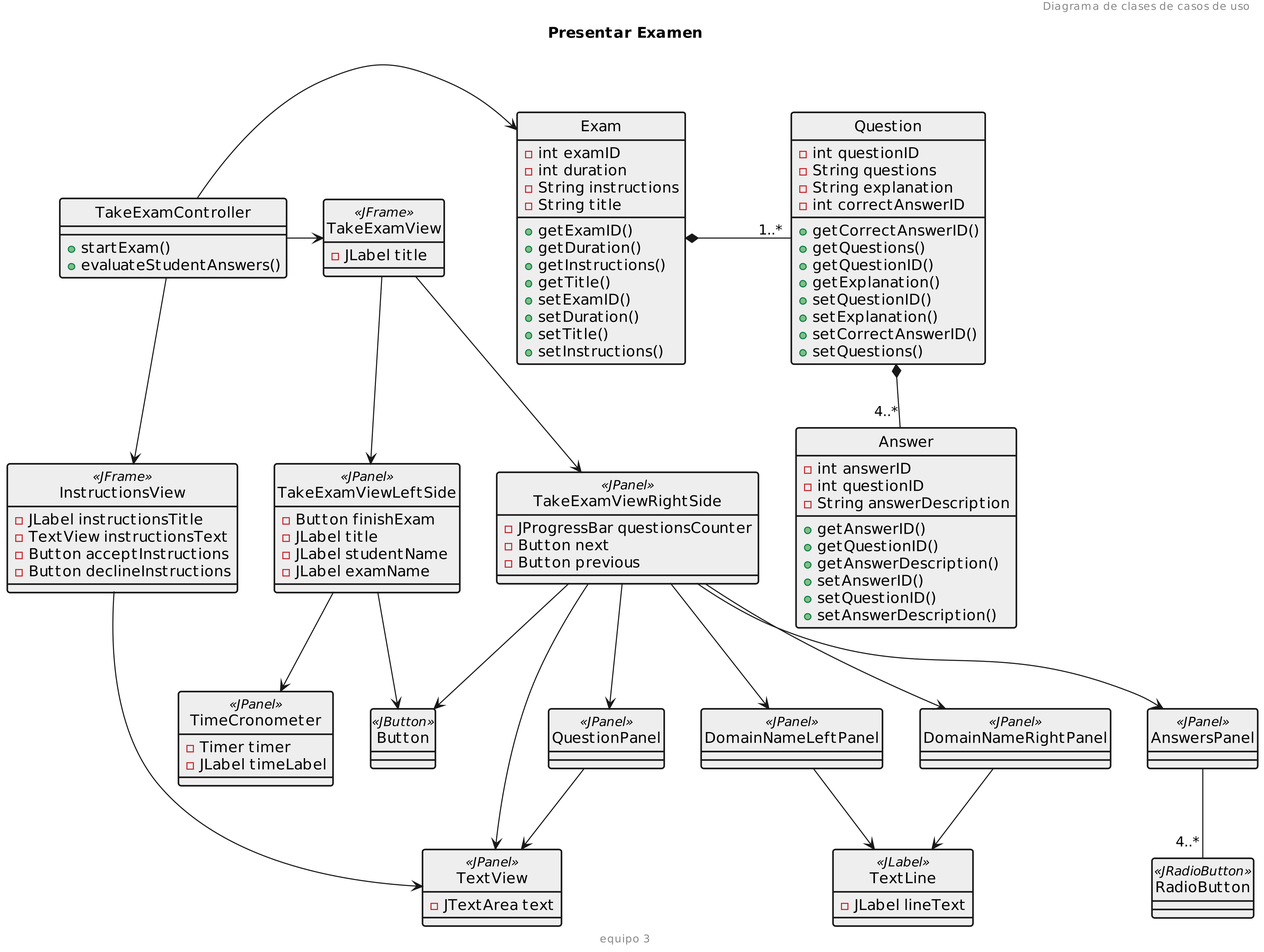
Above: diagramaClasesDeDiseño/Diagrama de clases.png in febres35/EdTech_IS (PlantUML), before the change.
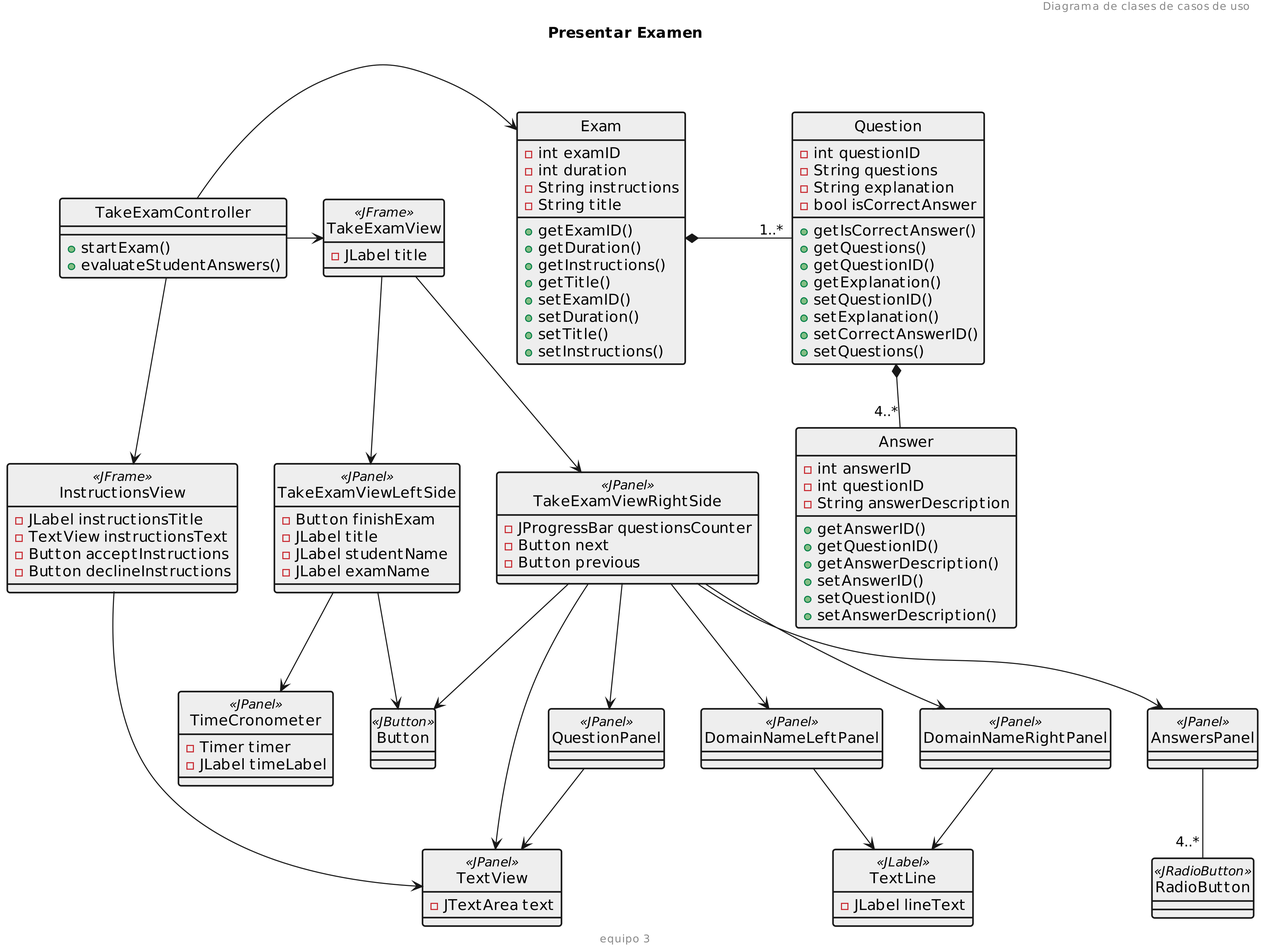
The same diagram one commit later.

Commit message:
Agregados metodos a vistas y al controlador

The edit, as a diff of the source:
```diff
@@ -6,7 +6,7 @@
 skinparam style strictuml
 skinparam ClassBackGroundColor EEEEEE
 skinparam ClassBorderThickness 1.5
-skinparam Dpi 300
+skinparam dpi 300
 
 class InstructionsView <<JFrame>>{
     -JLabel instructionsTitle
@@ -90,8 +90,8 @@
     -int questionID
     -String questions
     -String explanation
-    -int correctAnswerID
-    +getCorrectAnswerID()
+    -bool isCorrectAnswer
+    +getIsCorrectAnswer()
     +getQuestions()
     +getQuestionID()
     +getExplanation()
```
